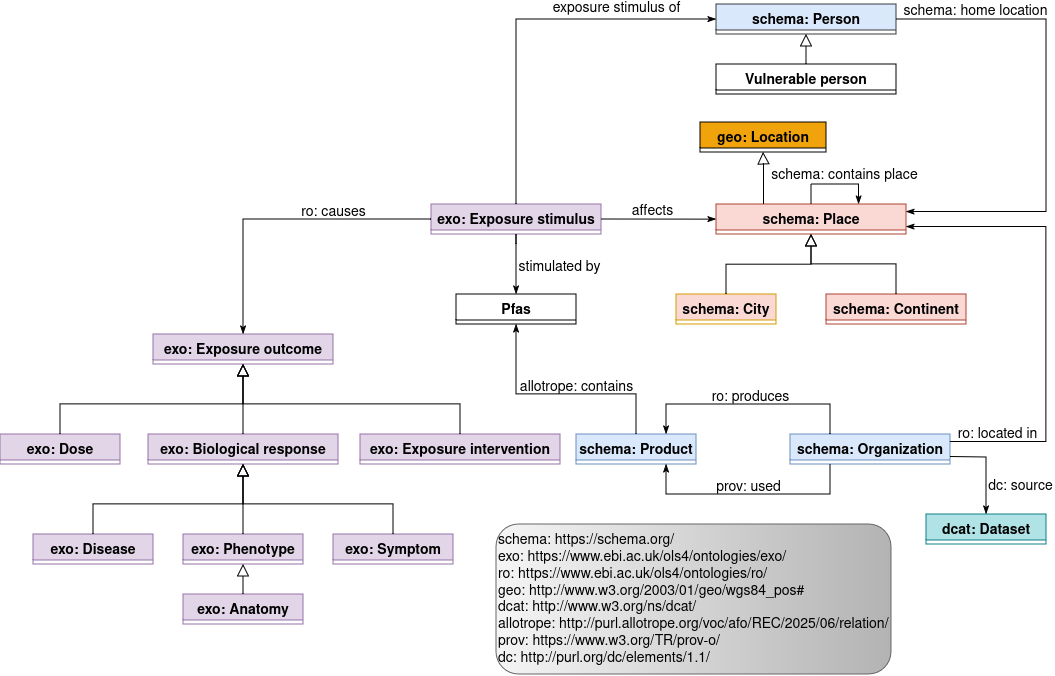
Before: ontology/schemas/schema_exposure.png, a diagram exported from draw.io (davide1797/OntoPFAS). Source tidied: cells renumbered, new cells last; positions are measured from the earlier drawing's top-left corner, leaving out a move shared by most shapes.
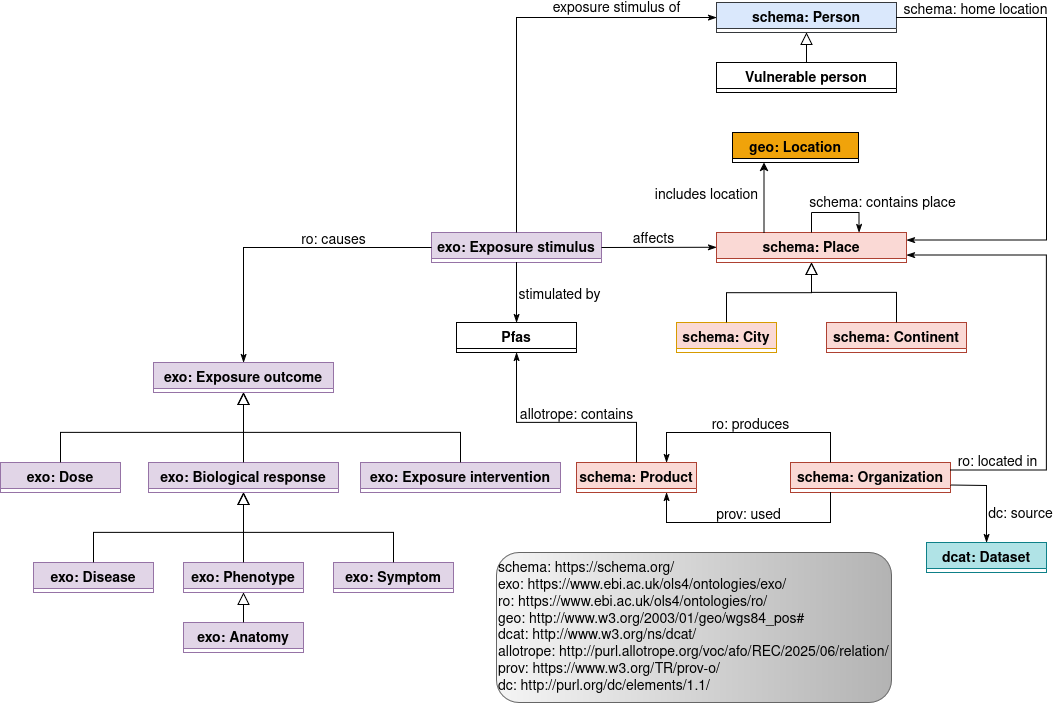
The same diagram one commit later.

The edit, as a diff of the source:
```diff
@@ -60,10 +60,10 @@
       <mxGeometry relative="1" as="geometry" />
     </mxCell>
     <mxCell id="17" value="schema: Person" style="swimlane;fontStyle=1;align=center;verticalAlign=top;horizontal=1;startSize=26;rounded=0;shadow=0;strokeWidth=1;fontSize=14;fillColor=#DAE8FC;strokeColor=#36393d;" parent="1" vertex="1">
-      <mxGeometry x="716" width="180" height="30" as="geometry" />
+      <mxGeometry x="716" y="-30" width="180" height="30" as="geometry" />
     </mxCell>
     <mxCell id="18" value="Vulnerable person" style="swimlane;fontStyle=1;align=center;verticalAlign=top;horizontal=1;startSize=26;rounded=0;shadow=0;strokeWidth=1;fontSize=14;" parent="1" vertex="1">
-      <mxGeometry x="716" y="60" width="180" height="30" as="geometry" />
+      <mxGeometry x="716" y="30" width="180" height="30" as="geometry" />
     </mxCell>
     <mxCell id="19" style="endArrow=classicThin;shadow=0;strokeWidth=1;rounded=0;curved=0;endFill=1;edgeStyle=elbowEdgeStyle;elbow=vertical;exitX=1;exitY=0.5;exitDx=0;exitDy=0;entryX=0;entryY=0.5;entryDx=0;entryDy=0;" parent="1" edge="1" source="2" target="38">
       <mxGeometry x="0.5" y="41" relative="1" as="geometry">
@@ -103,10 +103,10 @@
     </mxCell>
     <mxCell id="25" value="exposure stimulus of" style="text;html=1;align=center;verticalAlign=middle;labelBackgroundColor=none;rounded=0;shadow=0;strokeWidth=1;fontSize=14;" parent="24" vertex="1">
       <mxGeometry x="0.5" y="49" relative="1" as="geometry">
-        <mxPoint x="51" y="-269" as="offset" />
+        <mxPoint x="51" y="-297" as="offset" />
       </mxGeometry>
     </mxCell>
-    <mxCell id="26" value="schema: Product" style="swimlane;fontStyle=1;align=center;verticalAlign=top;horizontal=1;startSize=26;rounded=0;shadow=0;strokeWidth=1;fontSize=14;fillColor=#DAE8FC;strokeColor=#6c8ebf;" parent="1" vertex="1">
+    <mxCell id="26" value="schema: Product" style="swimlane;fontStyle=1;align=center;verticalAlign=top;horizontal=1;startSize=26;rounded=0;shadow=0;strokeWidth=1;fontSize=14;fillColor=#FAD9D5;strokeColor=#AE4132;" parent="1" vertex="1">
       <mxGeometry x="576" y="430" width="120" height="30" as="geometry" />
     </mxCell>
     <mxCell id="27" style="endArrow=classicThin;shadow=0;strokeWidth=1;rounded=0;curved=0;endFill=1;edgeStyle=elbowEdgeStyle;elbow=vertical;exitX=0.5;exitY=0;exitDx=0;exitDy=0;entryX=0.5;entryY=1;entryDx=0;entryDy=0;" parent="1" edge="1" source="26" target="23">
@@ -122,7 +122,7 @@
         <mxPoint x="109" y="5" as="offset" />
       </mxGeometry>
     </mxCell>
-    <mxCell id="29" value="schema: Organization" style="swimlane;fontStyle=1;align=center;verticalAlign=top;horizontal=1;startSize=26;rounded=0;shadow=0;strokeWidth=1;fontSize=14;fillColor=#dae8fc;strokeColor=#6C8EBF;" parent="1" vertex="1">
+    <mxCell id="29" value="schema: Organization" style="swimlane;fontStyle=1;align=center;verticalAlign=top;horizontal=1;startSize=26;rounded=0;shadow=0;strokeWidth=1;fontSize=14;fillColor=#FAD9D5;strokeColor=#AE4132;" parent="1" vertex="1">
       <mxGeometry x="790" y="430" width="160" height="30" as="geometry" />
     </mxCell>
     <mxCell id="30" style="endArrow=classicThin;shadow=0;strokeWidth=1;rounded=0;curved=0;endFill=1;edgeStyle=elbowEdgeStyle;elbow=vertical;exitX=0.25;exitY=0;exitDx=0;exitDy=0;entryX=0.75;entryY=0;entryDx=0;entryDy=0;" parent="1" edge="1" source="29" target="26">
@@ -167,7 +167,7 @@
     <mxCell id="37" value="dcat: Dataset" style="swimlane;fontStyle=1;align=center;verticalAlign=top;horizontal=1;startSize=26;rounded=0;shadow=0;strokeWidth=1;fontSize=14;fillColor=#b0e3e6;strokeColor=#0e8088;" parent="1" vertex="1">
       <mxGeometry x="926" y="510" width="120" height="30" as="geometry" />
     </mxCell>
-    <mxCell id="38" value="schema: Place" style="swimlane;fontStyle=1;align=center;verticalAlign=top;horizontal=1;startSize=26;rounded=0;shadow=0;strokeWidth=1;fontSize=14;fillColor=#FAD9D5;strokeColor=#ae4132;" parent="1" vertex="1">
+    <mxCell id="38" value="schema: Place" style="swimlane;fontStyle=1;align=center;verticalAlign=top;horizontal=1;startSize=26;rounded=0;shadow=0;strokeWidth=1;fontSize=14;fillColor=#FAD9D5;strokeColor=#AE4132;" parent="1" vertex="1">
       <mxGeometry x="716" y="200" width="190" height="30" as="geometry" />
     </mxCell>
     <mxCell id="39" value="schema: Continent" style="swimlane;fontStyle=1;align=center;verticalAlign=top;horizontal=1;startSize=26;rounded=0;shadow=0;strokeWidth=1;fontSize=14;fillColor=#fad9d5;strokeColor=#ae4132;" parent="1" vertex="1">
@@ -189,7 +189,7 @@
     <mxCell id="43" style="endArrow=classicThin;shadow=0;strokeWidth=1;rounded=0;curved=0;endFill=1;edgeStyle=elbowEdgeStyle;elbow=vertical;exitX=0.5;exitY=0;exitDx=0;exitDy=0;entryX=0;entryY=0.5;entryDx=0;entryDy=0;" parent="1" edge="1" source="2" target="17">
       <mxGeometry x="0.5" y="41" relative="1" as="geometry">
         <Array as="points">
-          <mxPoint x="616" y="15" />
+          <mxPoint x="616" y="-15" />
         </Array>
         <mxPoint x="-40" y="32" as="offset" />
       </mxGeometry>
@@ -203,7 +203,7 @@
       </mxGeometry>
     </mxCell>
     <mxCell id="45" value="schema: home location" style="text;html=1;align=center;verticalAlign=middle;labelBackgroundColor=none;rounded=0;shadow=0;strokeWidth=1;fontSize=14;" parent="1" vertex="1">
-      <mxGeometry x="975" y="7" as="geometry" />
+      <mxGeometry x="975" y="-22" as="geometry" />
     </mxCell>
     <mxCell id="46" style="endArrow=classicThin;shadow=0;strokeWidth=1;rounded=0;curved=0;endFill=1;edgeStyle=elbowEdgeStyle;elbow=vertical;entryX=1;entryY=0.75;entryDx=0;entryDy=0;exitX=1;exitY=0.25;exitDx=0;exitDy=0;" parent="1" edge="1" source="29" target="38">
       <mxGeometry x="0.5" y="41" relative="1" as="geometry">
@@ -253,20 +253,21 @@
       </mxGeometry>
     </mxCell>
     <mxCell id="54" value="schema: contains place" style="text;html=1;align=center;verticalAlign=middle;labelBackgroundColor=none;rounded=0;shadow=0;strokeWidth=1;fontSize=14;" parent="1" vertex="1">
-      <mxGeometry x="844" y="171" as="geometry" />
+      <mxGeometry x="882" y="171" as="geometry" />
     </mxCell>
     <mxCell id="55" value="&lt;div align=&quot;left&quot;&gt;&lt;font style=&quot;font-size: 14px;&quot;&gt;schema: https://schema.org/&lt;/font&gt;&lt;br&gt;&lt;font style=&quot;font-size: 14px;&quot;&gt;exo: https://www.ebi.ac.uk/ols4/ontologies/exo/&lt;/font&gt;&lt;br&gt;&lt;font style=&quot;font-size: 14px;&quot;&gt;ro: https://www.ebi.ac.uk/ols4/ontologies/ro/&lt;/font&gt;&lt;/div&gt;&lt;div align=&quot;left&quot;&gt;&lt;font style=&quot;font-size: 14px;&quot;&gt;geo: http://www.w3.org/2003/01/geo/wgs84_pos#&lt;/font&gt;&lt;br&gt;&lt;font style=&quot;font-size: 14px;&quot;&gt;dcat: http://www.w3.org/ns/dcat/&lt;/font&gt;&lt;br&gt;&lt;font style=&quot;font-size: 14px;&quot;&gt;allotrope: http://purl.allotrope.org/voc/afo/REC/2025/06/relation/&lt;/font&gt;&lt;br&gt;&lt;font style=&quot;font-size: 14px;&quot;&gt;prov: https://www.w3.org/TR/prov-o/&lt;/font&gt;&lt;/div&gt;&lt;div align=&quot;left&quot;&gt;&lt;font style=&quot;font-size: 14px;&quot;&gt;dc: http://purl.org/dc/elements/1.1/&lt;/font&gt;&lt;/div&gt;" style="rounded=1;whiteSpace=wrap;html=1;align=left;fillColor=#f5f5f5;gradientColor=#b3b3b3;strokeColor=#666666;gradientDirection=east;" parent="1" vertex="1">
       <mxGeometry x="496" y="520" width="395" height="150" as="geometry" />
     </mxCell>
     <mxCell id="56" value="geo: Location" style="swimlane;fontStyle=1;align=center;verticalAlign=top;horizontal=1;startSize=26;rounded=0;shadow=0;strokeWidth=1;fontSize=14;fillColor=#F0A30A;" parent="1" vertex="1">
-      <mxGeometry x="700" y="118" width="126" height="30" as="geometry" />
+      <mxGeometry x="732" y="100" width="126" height="30" as="geometry" />
     </mxCell>
-    <mxCell id="57" style="endArrow=block;endSize=10;endFill=0;shadow=0;strokeWidth=1;rounded=0;curved=0;edgeStyle=elbowEdgeStyle;elbow=vertical;exitX=0.25;exitY=0;exitDx=0;exitDy=0;entryX=0.5;entryY=1;entryDx=0;entryDy=0;" parent="1" edge="1" source="38" target="56">
-      <mxGeometry relative="1" as="geometry">
-        <Array as="points">
-          <mxPoint x="721" y="160" />
-        </Array>
-      </mxGeometry>
+    <mxCell id="57" style="endArrow=classic;html=1;rounded=0;entryX=0.25;entryY=1;entryDx=0;entryDy=0;exitX=0.25;exitY=0;exitDx=0;exitDy=0;" parent="1" edge="1" source="38" target="56">
+      <mxGeometry relative="1" as="geometry" />
     </mxCell>
+    <mxCell id="58" value="includes location" style="text;html=1;align=center;verticalAlign=middle;labelBackgroundColor=none;rounded=0;shadow=0;strokeWidth=1;fontSize=14;" parent="1" vertex="1">
+      <mxGeometry x="713" y="166" as="geometry">
+        <mxPoint x="-7" y="-3" as="offset" />
+      </mxGeometry>
+    </mxCell>
   </root>
 </mxGraphModel>
```
